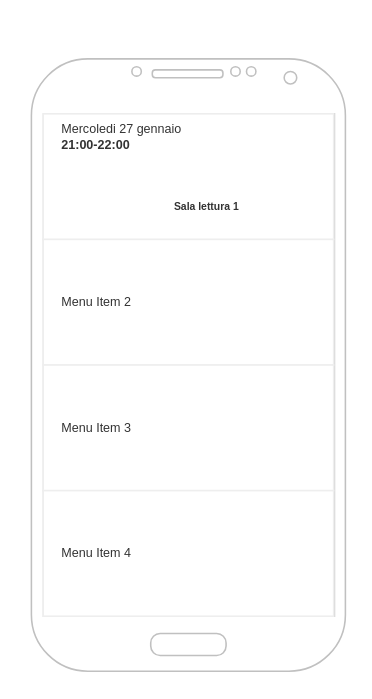
Above: Untitled Diagram.drawio in giuliacangani02/wbigger-evento-libreria2021 (draw.io), before the change. Source tidied: cells renumbered, new cells numbered last; positions are measured from the earlier drawing's top-left corner, leaving out a move shared by most shapes. Both pictures are drawn from the tidied source at 157%, with x=0, y=0 at pixel (30, 58).
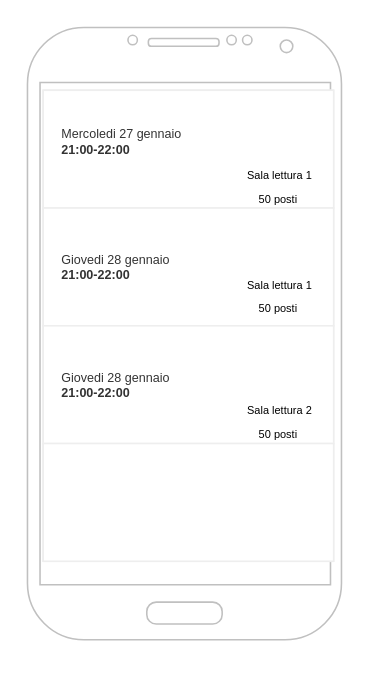
After the change.

Change to the diagram source:
```diff
@@
 <mxGraphModel>
   <root>
     <mxCell id="0" />
     <mxCell id="1" parent="0" />
-    <mxCell id="2" style="verticalLabelPosition=bottom;verticalAlign=top;html=1;shadow=0;dashed=0;strokeWidth=1;shape=mxgraph.android.phone2;strokeColor=#c0c0c0;" parent="1" vertex="1">
-      <mxGeometry x="0.5" width="200" height="390" as="geometry" />
-    </mxCell>
-    <mxCell id="3" style="strokeWidth=1;html=1;shadow=0;dashed=0;shape=mxgraph.android.rrect;rSize=0;strokeColor=#eeeeee;fillColor=#ffffff;gradientColor=none;" parent="1" vertex="1">
-      <mxGeometry x="8" y="35" width="185" height="320" as="geometry" />
-    </mxCell>
-    <mxCell id="4" value="Mercoledi 27 gennaio&lt;br&gt;&lt;b&gt;21:00-22:00&amp;nbsp;&lt;br&gt;&amp;nbsp; &amp;nbsp; &amp;nbsp; &amp;nbsp; &amp;nbsp; &amp;nbsp; &amp;nbsp; &amp;nbsp; &amp;nbsp; &amp;nbsp; &amp;nbsp; &amp;nbsp; &amp;nbsp; &amp;nbsp; &amp;nbsp; &amp;nbsp;&lt;br&gt;&lt;br&gt;&lt;/b&gt;&lt;h5 style=&quot;text-align: right&quot;&gt;&lt;b&gt;&amp;nbsp; &amp;nbsp; &amp;nbsp; &amp;nbsp; &amp;nbsp; &amp;nbsp; &amp;nbsp; &amp;nbsp; &amp;nbsp; &amp;nbsp; &amp;nbsp; &amp;nbsp; &amp;nbsp; &amp;nbsp; &amp;nbsp; &amp;nbsp; &amp;nbsp; &amp;nbsp; &amp;nbsp; &amp;nbsp;Sala lettura 1&lt;/b&gt;&lt;/h5&gt;" style="strokeColor=inherit;fillColor=inherit;gradientColor=inherit;strokeWidth=1;html=1;shadow=0;dashed=0;shape=mxgraph.android.rrect;rSize=0;align=left;spacingLeft=10;fontSize=8;fontColor=#333333;" parent="3" vertex="1">
-      <mxGeometry width="185" height="80" as="geometry" />
-    </mxCell>
-    <mxCell id="5" value="Menu Item 2" style="strokeColor=inherit;fillColor=inherit;gradientColor=inherit;strokeWidth=1;html=1;shadow=0;dashed=0;shape=mxgraph.android.rrect;rSize=0;align=left;spacingLeft=10;fontSize=8;fontColor=#333333;" parent="3" vertex="1">
-      <mxGeometry y="80" width="185" height="80" as="geometry" />
-    </mxCell>
-    <mxCell id="6" value="Menu Item 3" style="strokeColor=inherit;fillColor=inherit;gradientColor=inherit;strokeWidth=1;html=1;shadow=0;dashed=0;shape=mxgraph.android.rrect;rSize=0;align=left;spacingLeft=10;fontSize=8;fontColor=#333333;" parent="3" vertex="1">
-      <mxGeometry y="160" width="185" height="80" as="geometry" />
-    </mxCell>
-    <mxCell id="7" value="Menu Item 4" style="strokeColor=inherit;fillColor=inherit;gradientColor=inherit;strokeWidth=1;html=1;shadow=0;dashed=0;shape=mxgraph.android.rrect;rSize=0;align=left;spacingLeft=10;fontSize=8;fontColor=#333333;" parent="3" vertex="1">
-      <mxGeometry y="240" width="185" height="80" as="geometry" />
-    </mxCell>
+    <mxCell id="8" style="verticalLabelPosition=bottom;verticalAlign=top;html=1;shadow=0;dashed=0;strokeWidth=1;shape=mxgraph.android.phone2;strokeColor=#c0c0c0;" parent="1" vertex="1">
+      <mxGeometry x="-2" y="-20" width="200" height="390" as="geometry" />
+    </mxCell>
+    <mxCell id="9" style="strokeWidth=1;html=1;shadow=0;dashed=0;shape=mxgraph.android.rrect;rSize=0;strokeColor=#eeeeee;fillColor=#ffffff;gradientColor=none;" parent="1" vertex="1">
+      <mxGeometry x="8" y="20" width="185" height="300" as="geometry" />
+    </mxCell>
+    <mxCell id="10" value="Mercoledi 27 gennaio&lt;br&gt;&lt;b&gt;21:00-22:00&amp;nbsp;&lt;/b&gt;&lt;br&gt;&lt;div style=&quot;text-align: right&quot;&gt;&lt;b&gt;&amp;nbsp; &amp;nbsp; &amp;nbsp; &amp;nbsp;&amp;nbsp;&lt;/b&gt;&lt;/div&gt;" style="strokeColor=inherit;fillColor=inherit;gradientColor=inherit;strokeWidth=1;html=1;shadow=0;dashed=0;shape=mxgraph.android.rrect;rSize=0;align=left;spacingLeft=10;fontSize=8;fontColor=#333333;" parent="9" vertex="1">
+      <mxGeometry width="185" height="75" as="geometry" />
+    </mxCell>
+    <mxCell id="11" value="Giovedi 28 gennaio&lt;br&gt;&lt;b&gt;21:00-22:00&lt;/b&gt;" style="strokeColor=inherit;fillColor=inherit;gradientColor=inherit;strokeWidth=1;html=1;shadow=0;dashed=0;shape=mxgraph.android.rrect;rSize=0;align=left;spacingLeft=10;fontSize=8;fontColor=#333333;" parent="9" vertex="1">
+      <mxGeometry y="75" width="185" height="75" as="geometry" />
+    </mxCell>
+    <mxCell id="12" value="Giovedi 28 gennaio&lt;br&gt;&lt;b&gt;21:00-22:00&lt;/b&gt;" style="strokeColor=inherit;fillColor=inherit;gradientColor=inherit;strokeWidth=1;html=1;shadow=0;dashed=0;shape=mxgraph.android.rrect;rSize=0;align=left;spacingLeft=10;fontSize=8;fontColor=#333333;" parent="9" vertex="1">
+      <mxGeometry y="150" width="185" height="75" as="geometry" />
+    </mxCell>
+    <mxCell id="13" style="strokeColor=inherit;fillColor=inherit;gradientColor=inherit;strokeWidth=1;html=1;shadow=0;dashed=0;shape=mxgraph.android.rrect;rSize=0;align=left;spacingLeft=10;fontSize=8;fontColor=#333333;" parent="9" vertex="1">
+      <mxGeometry y="225" width="185" height="75" as="geometry" />
+    </mxCell>
+    <mxCell id="14" value="&lt;span style=&quot;font-size: 7px&quot;&gt;&amp;nbsp;Sala lettura 1&lt;br&gt;50 posti&lt;br&gt;&lt;/span&gt;" style="text;html=1;strokeColor=none;fillColor=none;align=center;verticalAlign=middle;whiteSpace=wrap;rounded=0;" parent="9" vertex="1">
+      <mxGeometry x="115" y="50" width="70" height="20" as="geometry" />
+    </mxCell>
+    <mxCell id="15" value="&lt;span style=&quot;font-size: 7px&quot;&gt;&amp;nbsp;Sala lettura 1&lt;br&gt;50 posti&lt;br&gt;&lt;/span&gt;" style="text;html=1;strokeColor=none;fillColor=none;align=center;verticalAlign=middle;whiteSpace=wrap;rounded=0;" parent="9" vertex="1">
+      <mxGeometry x="115" y="120" width="70" height="20" as="geometry" />
+    </mxCell>
+    <mxCell id="16" value="&lt;span style=&quot;font-size: 7px&quot;&gt;&amp;nbsp;Sala lettura 2&lt;br&gt;50 posti&lt;br&gt;&lt;/span&gt;" style="text;html=1;strokeColor=none;fillColor=none;align=center;verticalAlign=middle;whiteSpace=wrap;rounded=0;" parent="9" vertex="1">
+      <mxGeometry x="115" y="200" width="70" height="20" as="geometry" />
+    </mxCell>
   </root>
 </mxGraphModel>
```
